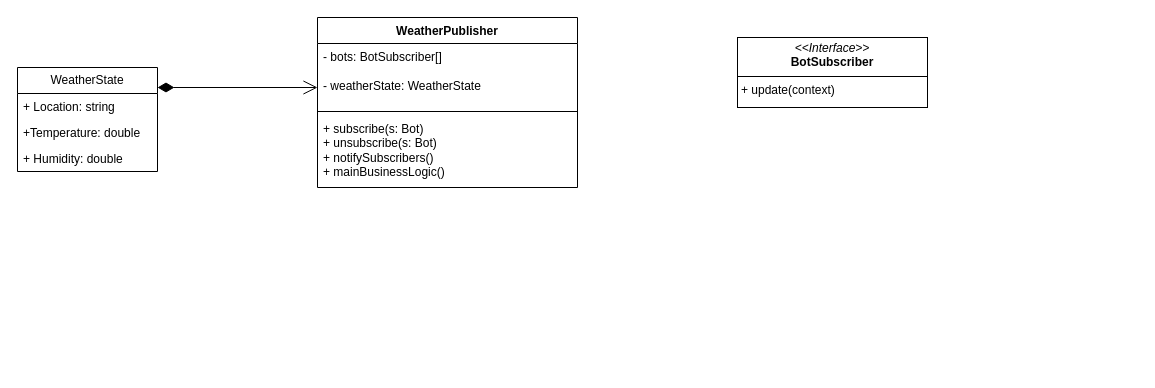
MahmoudShouli/WeatherMontior keeps this draw.io diagram as Design/UML.drawio. Above is the earlier version. Source tidied: cells renumbered, new cells numbered last; positions are measured from the earlier drawing's top-left corner, leaving out a move shared by most shapes. Both pictures are drawn from the tidied source at 100%, with x=0, y=0 at pixel (17, 17).
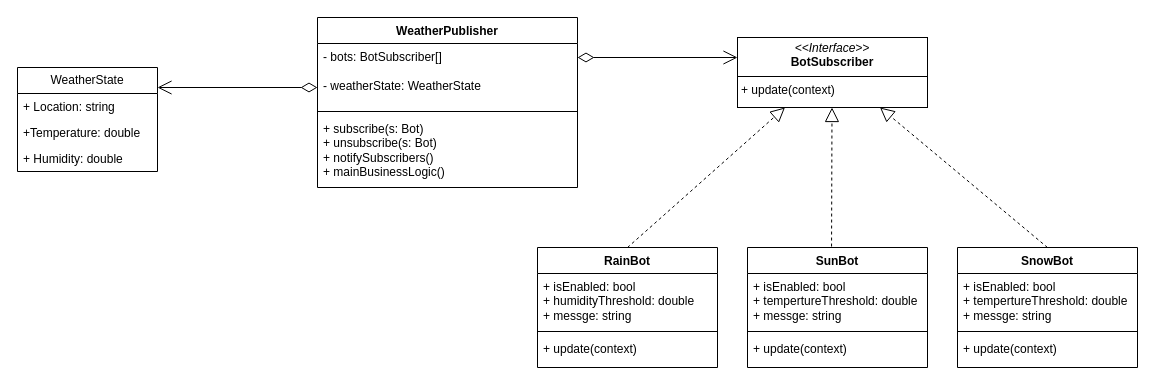
After the change.

Commit message (it also covers changes not shown here):
Finish the Observer Pattern structure for bots

Unchanged cells that the change refers to:
```xml
<mxCell id="11" value="&lt;p style=&quot;margin:0px;margin-top:4px;text-align:center;&quot;&gt;&lt;i&gt;&amp;lt;&amp;lt;Interface&amp;gt;&amp;gt;&lt;/i&gt;&lt;br&gt;&lt;b&gt;BotSubscriber&lt;/b&gt;&lt;/p&gt;&lt;hr size=&quot;1&quot; style=&quot;border-style:solid;&quot;&gt;&lt;p style=&quot;margin:0px;margin-left:4px;&quot;&gt;+ update(context)&lt;br&gt;&lt;br&gt;&lt;/p&gt;" style="verticalAlign=top;align=left;overflow=fill;html=1;whiteSpace=wrap;" parent="1" vertex="1">
  <mxGeometry x="720" y="20" width="190" height="70" as="geometry" />
</mxCell>
```

Diff of the diagram source:
```diff
@@
-    <mxCell id="6" style="endArrow=open;html=1;endSize=12;startArrow=diamondThin;startSize=14;startFill=1;edgeStyle=orthogonalEdgeStyle;align=left;verticalAlign=bottom;rounded=0;" parent="1" edge="1">
-      <mxGeometry x="-1" y="3" relative="1" as="geometry">
-        <mxPoint x="140" y="70" as="sourcePoint" />
-        <mxPoint x="300" y="70" as="targetPoint" />
-      </mxGeometry>
-    </mxCell>
@@
+    <mxCell id="12" style="endArrow=open;html=1;endSize=12;startArrow=diamondThin;startSize=14;startFill=0;edgeStyle=orthogonalEdgeStyle;align=left;verticalAlign=bottom;rounded=0;" parent="1" edge="1">
+      <mxGeometry x="-1" y="3" relative="1" as="geometry">
+        <mxPoint x="560" y="40" as="sourcePoint" />
+        <mxPoint x="720" y="40" as="targetPoint" />
+      </mxGeometry>
+    </mxCell>
+    <mxCell id="13" style="endArrow=open;html=1;endSize=12;startArrow=diamondThin;startSize=14;startFill=0;edgeStyle=orthogonalEdgeStyle;align=left;verticalAlign=bottom;rounded=0;" parent="1" edge="1">
+      <mxGeometry x="-1" y="3" relative="1" as="geometry">
+        <mxPoint x="300" y="70" as="sourcePoint" />
+        <mxPoint x="140" y="70" as="targetPoint" />
+      </mxGeometry>
+    </mxCell>
+    <mxCell id="14" value="RainBot" style="swimlane;fontStyle=1;align=center;verticalAlign=top;horizontal=1;startSize=26;whiteSpace=wrap;html=1;" parent="1" vertex="1">
+      <mxGeometry x="520" y="230" width="180" height="120" as="geometry" />
+    </mxCell>
+    <mxCell id="15" value="+ isEnabled: bool&lt;div&gt;+ humidityThreshold: double&lt;/div&gt;&lt;div&gt;+ messge: string&lt;br&gt;&lt;div&gt;&lt;br&gt;&lt;/div&gt;&lt;/div&gt;" style="text;strokeColor=none;fillColor=none;align=left;verticalAlign=top;spacingLeft=4;spacingRight=4;overflow=hidden;whiteSpace=wrap;html=1;" parent="14" vertex="1">
+      <mxGeometry y="26" width="180" height="54" as="geometry" />
+    </mxCell>
+    <mxCell id="16" style="line;strokeWidth=1;fillColor=none;align=left;verticalAlign=middle;spacingTop=-1;spacingLeft=3;spacingRight=3;labelPosition=right;strokeColor=inherit;" parent="14" vertex="1">
+      <mxGeometry y="80" width="180" height="8" as="geometry" />
+    </mxCell>
+    <mxCell id="17" value="+ update(context)&lt;div&gt;&lt;br&gt;&lt;/div&gt;&lt;div&gt;&lt;br&gt;&lt;/div&gt;&lt;div&gt;&lt;br&gt;&lt;/div&gt;&lt;div&gt;&lt;br&gt;&lt;/div&gt;" style="text;strokeColor=none;fillColor=none;align=left;verticalAlign=top;spacingLeft=4;spacingRight=4;overflow=hidden;whiteSpace=wrap;html=1;" parent="14" vertex="1">
+      <mxGeometry y="88" width="180" height="32" as="geometry" />
+    </mxCell>
+    <mxCell id="18" value="SunBot" style="swimlane;fontStyle=1;align=center;verticalAlign=top;horizontal=1;startSize=26;whiteSpace=wrap;html=1;" parent="1" vertex="1">
+      <mxGeometry x="730" y="230" width="180" height="120" as="geometry" />
+    </mxCell>
+    <mxCell id="19" value="+ isEnabled: bool&lt;div&gt;+ tempertureThreshold: double&lt;/div&gt;&lt;div&gt;+ messge: string&lt;br&gt;&lt;div&gt;&lt;br&gt;&lt;/div&gt;&lt;/div&gt;" style="text;strokeColor=none;fillColor=none;align=left;verticalAlign=top;spacingLeft=4;spacingRight=4;overflow=hidden;whiteSpace=wrap;html=1;" parent="18" vertex="1">
+      <mxGeometry y="26" width="180" height="54" as="geometry" />
+    </mxCell>
+    <mxCell id="20" style="line;strokeWidth=1;fillColor=none;align=left;verticalAlign=middle;spacingTop=-1;spacingLeft=3;spacingRight=3;labelPosition=right;strokeColor=inherit;" parent="18" vertex="1">
+      <mxGeometry y="80" width="180" height="8" as="geometry" />
+    </mxCell>
+    <mxCell id="21" value="+ update(context)&lt;div&gt;&lt;br&gt;&lt;/div&gt;&lt;div&gt;&lt;br&gt;&lt;/div&gt;&lt;div&gt;&lt;br&gt;&lt;/div&gt;&lt;div&gt;&lt;br&gt;&lt;/div&gt;" style="text;strokeColor=none;fillColor=none;align=left;verticalAlign=top;spacingLeft=4;spacingRight=4;overflow=hidden;whiteSpace=wrap;html=1;" parent="18" vertex="1">
+      <mxGeometry y="88" width="180" height="32" as="geometry" />
+    </mxCell>
+    <mxCell id="22" value="SnowBot" style="swimlane;fontStyle=1;align=center;verticalAlign=top;horizontal=1;startSize=26;whiteSpace=wrap;html=1;" parent="1" vertex="1">
+      <mxGeometry x="940" y="230" width="180" height="120" as="geometry" />
+    </mxCell>
+    <mxCell id="23" value="+ isEnabled: bool&lt;div&gt;+ tempertureThreshold: double&lt;/div&gt;&lt;div&gt;+ messge: string&lt;br&gt;&lt;div&gt;&lt;br&gt;&lt;/div&gt;&lt;/div&gt;" style="text;strokeColor=none;fillColor=none;align=left;verticalAlign=top;spacingLeft=4;spacingRight=4;overflow=hidden;whiteSpace=wrap;html=1;" parent="22" vertex="1">
+      <mxGeometry y="26" width="180" height="54" as="geometry" />
+    </mxCell>
+    <mxCell id="24" style="line;strokeWidth=1;fillColor=none;align=left;verticalAlign=middle;spacingTop=-1;spacingLeft=3;spacingRight=3;labelPosition=right;strokeColor=inherit;" parent="22" vertex="1">
+      <mxGeometry y="80" width="180" height="8" as="geometry" />
+    </mxCell>
+    <mxCell id="25" value="+ update(context)&lt;div&gt;&lt;br&gt;&lt;/div&gt;&lt;div&gt;&lt;br&gt;&lt;/div&gt;&lt;div&gt;&lt;br&gt;&lt;/div&gt;&lt;div&gt;&lt;br&gt;&lt;/div&gt;" style="text;strokeColor=none;fillColor=none;align=left;verticalAlign=top;spacingLeft=4;spacingRight=4;overflow=hidden;whiteSpace=wrap;html=1;" parent="22" vertex="1">
+      <mxGeometry y="88" width="180" height="32" as="geometry" />
+    </mxCell>
+    <mxCell id="26" style="endArrow=block;dashed=1;endFill=0;endSize=12;html=1;rounded=0;exitX=0.467;exitY=-0.008;exitDx=0;exitDy=0;exitPerimeter=0;" parent="1" edge="1" source="18">
+      <mxGeometry relative="1" as="geometry">
+        <mxPoint x="814.5" y="90" as="targetPoint" />
+        <Array as="points">
+          <mxPoint x="814.5" y="90" />
+        </Array>
+      </mxGeometry>
+    </mxCell>
+    <mxCell id="27" style="endArrow=block;dashed=1;endFill=0;endSize=12;html=1;rounded=0;entryX=0.25;entryY=1;entryDx=0;entryDy=0;exitX=0.5;exitY=0;exitDx=0;exitDy=0;" parent="1" edge="1" source="14" target="11">
+      <mxGeometry relative="1" as="geometry" />
+    </mxCell>
+    <mxCell id="28" style="endArrow=block;dashed=1;endFill=0;endSize=12;html=1;rounded=0;exitX=0.5;exitY=0;exitDx=0;exitDy=0;entryX=0.75;entryY=1;entryDx=0;entryDy=0;" parent="1" edge="1" source="22" target="11">
+      <mxGeometry relative="1" as="geometry" />
+    </mxCell>
```
